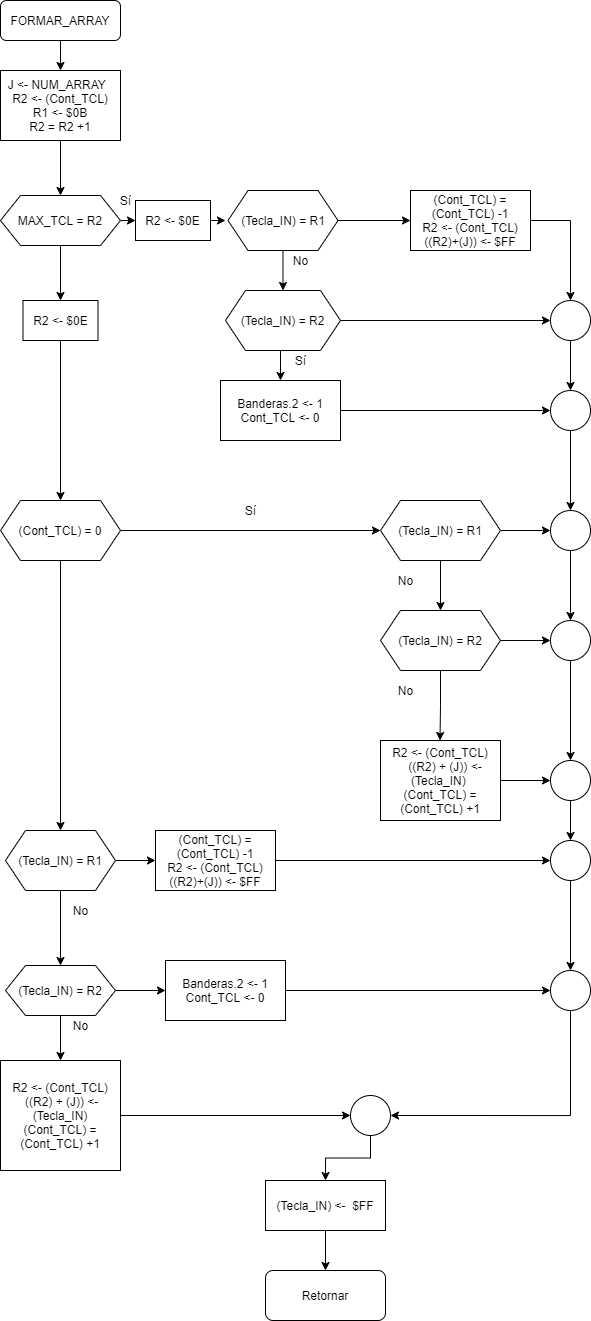
This is Tarea 4/Formar_Arrayn.png from robz25/Microprocesadores, a draw.io export, as it was before one commit. Source tidied: cells renumbered, new cells last; positions are measured from the earlier drawing's top-left corner, leaving out a move shared by most shapes. Source of this version:
```xml
<mxGraphModel>
  <root>
    <mxCell id="0" />
    <mxCell id="1" parent="0" />
    <mxCell id="2" style="edgeStyle=orthogonalEdgeStyle;rounded=0;jettySize=auto;html=1;exitX=0.5;exitY=1;exitDx=0;exitDy=0;entryX=0.5;entryY=0;entryDx=0;entryDy=0;" parent="1" edge="1" source="3" target="22">
      <mxGeometry relative="1" as="geometry" />
    </mxCell>
    <mxCell id="3" value="FORMAR_ARRAY" style="rounded=1;whiteSpace=wrap;html=1;fontSize=12;glass=0;strokeWidth=1;shadow=0;" parent="1" vertex="1">
      <mxGeometry width="120" height="40" as="geometry" />
    </mxCell>
    <mxCell id="4" style="edgeStyle=orthogonalEdgeStyle;rounded=0;jettySize=auto;html=1;exitX=1;exitY=0.5;exitDx=0;exitDy=0;entryX=0;entryY=0.5;entryDx=0;entryDy=0;" parent="1" edge="1" source="6" target="70">
      <mxGeometry relative="1" as="geometry" />
    </mxCell>
    <mxCell id="5" style="edgeStyle=orthogonalEdgeStyle;rounded=0;jettySize=auto;html=1;exitX=0.5;exitY=1;exitDx=0;exitDy=0;entryX=0.5;entryY=0;entryDx=0;entryDy=0;" parent="1" edge="1" source="6" target="72">
      <mxGeometry relative="1" as="geometry" />
    </mxCell>
    <mxCell id="6" value="MAX_TCL = R2" style="shape=hexagon;perimeter=hexagonPerimeter2;whiteSpace=wrap;html=1;fixedSize=1;" parent="1" vertex="1">
      <mxGeometry y="195" width="120" height="50" as="geometry" />
    </mxCell>
    <mxCell id="7" style="edgeStyle=orthogonalEdgeStyle;rounded=0;jettySize=auto;html=1;entryX=0.5;entryY=0;entryDx=0;entryDy=0;" parent="1" edge="1" source="9" target="15">
      <mxGeometry relative="1" as="geometry" />
    </mxCell>
    <mxCell id="8" style="edgeStyle=orthogonalEdgeStyle;rounded=0;jettySize=auto;html=1;exitX=1;exitY=0.5;exitDx=0;exitDy=0;entryX=0;entryY=0.5;entryDx=0;entryDy=0;" parent="1" edge="1" source="9" target="27">
      <mxGeometry relative="1" as="geometry" />
    </mxCell>
    <mxCell id="9" value="(Cont_TCL) = 0" style="shape=hexagon;perimeter=hexagonPerimeter2;whiteSpace=wrap;html=1;fixedSize=1;" parent="1" vertex="1">
      <mxGeometry y="500" width="120" height="60" as="geometry" />
    </mxCell>
    <mxCell id="10" style="edgeStyle=orthogonalEdgeStyle;rounded=0;jettySize=auto;html=1;exitX=0.5;exitY=1;exitDx=0;exitDy=0;entryX=0.5;entryY=0;entryDx=0;entryDy=0;" parent="1" edge="1" source="12" target="41">
      <mxGeometry relative="1" as="geometry" />
    </mxCell>
    <mxCell id="11" style="edgeStyle=orthogonalEdgeStyle;rounded=0;jettySize=auto;html=1;exitX=1;exitY=0.5;exitDx=0;exitDy=0;" parent="1" edge="1" source="12" target="46">
      <mxGeometry relative="1" as="geometry" />
    </mxCell>
    <mxCell id="12" value="(Tecla_IN) = R1" style="shape=hexagon;perimeter=hexagonPerimeter2;whiteSpace=wrap;html=1;fixedSize=1;" parent="1" vertex="1">
      <mxGeometry x="227.5" y="190" width="110" height="60" as="geometry" />
    </mxCell>
    <mxCell id="13" style="edgeStyle=orthogonalEdgeStyle;rounded=0;jettySize=auto;html=1;entryX=0.5;entryY=0;entryDx=0;entryDy=0;" parent="1" edge="1" source="15" target="18">
      <mxGeometry relative="1" as="geometry" />
    </mxCell>
    <mxCell id="14" style="edgeStyle=orthogonalEdgeStyle;rounded=0;jettySize=auto;html=1;entryX=0;entryY=0.5;entryDx=0;entryDy=0;" parent="1" edge="1" source="15" target="35">
      <mxGeometry relative="1" as="geometry" />
    </mxCell>
    <mxCell id="15" value="(Tecla_IN) = R1" style="shape=hexagon;perimeter=hexagonPerimeter2;whiteSpace=wrap;html=1;fixedSize=1;" parent="1" vertex="1">
      <mxGeometry x="5" y="830" width="110" height="60" as="geometry" />
    </mxCell>
    <mxCell id="16" style="edgeStyle=orthogonalEdgeStyle;rounded=0;jettySize=auto;html=1;exitX=0.5;exitY=1;exitDx=0;exitDy=0;entryX=0.5;entryY=0;entryDx=0;entryDy=0;" parent="1" edge="1" source="18" target="20">
      <mxGeometry relative="1" as="geometry" />
    </mxCell>
    <mxCell id="17" style="edgeStyle=orthogonalEdgeStyle;rounded=0;jettySize=auto;html=1;exitX=1;exitY=0.5;exitDx=0;exitDy=0;entryX=0;entryY=0.5;entryDx=0;entryDy=0;" parent="1" edge="1" source="18" target="37">
      <mxGeometry relative="1" as="geometry" />
    </mxCell>
    <mxCell id="18" value="(Tecla_IN) = R2" style="shape=hexagon;perimeter=hexagonPerimeter2;whiteSpace=wrap;html=1;fixedSize=1;" parent="1" vertex="1">
      <mxGeometry x="5" y="965" width="110" height="50" as="geometry" />
    </mxCell>
    <mxCell id="19" style="edgeStyle=orthogonalEdgeStyle;rounded=0;jettySize=auto;html=1;entryX=0;entryY=0.5;entryDx=0;entryDy=0;" parent="1" edge="1" source="20" target="65">
      <mxGeometry relative="1" as="geometry" />
    </mxCell>
    <mxCell id="20" value="&lt;br&gt;&lt;br&gt;R2 &amp;lt;- (Cont_TCL)&lt;br&gt;&amp;nbsp;((R2) + (J)) &amp;lt;- (Tecla_IN)&lt;br&gt;(Cont_TCL) = (Cont_TCL) +1&lt;br&gt;&lt;br&gt;&amp;nbsp;" style="rounded=0;whiteSpace=wrap;html=1;" parent="1" vertex="1">
      <mxGeometry y="1060" width="120" height="110" as="geometry" />
    </mxCell>
    <mxCell id="21" style="edgeStyle=orthogonalEdgeStyle;rounded=0;jettySize=auto;html=1;exitX=0.5;exitY=1;exitDx=0;exitDy=0;entryX=0.5;entryY=0;entryDx=0;entryDy=0;" parent="1" edge="1" source="22" target="6">
      <mxGeometry relative="1" as="geometry" />
    </mxCell>
    <mxCell id="22" value="J &amp;lt;- NUM_ARRAY&amp;nbsp;&amp;nbsp;&lt;br&gt;&amp;nbsp;R2 &amp;lt;- (Cont_TCL)&amp;nbsp;&lt;br&gt;R1 &amp;lt;- $0B&lt;br&gt;R2 = R2 +1" style="rounded=0;whiteSpace=wrap;html=1;" parent="1" vertex="1">
      <mxGeometry y="70" width="120" height="70" as="geometry" />
    </mxCell>
    <mxCell id="23" value="No" style="text;html=1;align=center;verticalAlign=middle;" parent="1" vertex="1">
      <mxGeometry x="65" y="1015" width="30" height="20" as="geometry" />
    </mxCell>
    <mxCell id="24" value="No" style="text;html=1;align=center;verticalAlign=middle;" parent="1" vertex="1">
      <mxGeometry x="65" y="900" width="30" height="20" as="geometry" />
    </mxCell>
    <mxCell id="25" style="edgeStyle=orthogonalEdgeStyle;rounded=0;jettySize=auto;html=1;exitX=0.5;exitY=1;exitDx=0;exitDy=0;entryX=0.5;entryY=0;entryDx=0;entryDy=0;" parent="1" edge="1" source="27" target="31">
      <mxGeometry relative="1" as="geometry" />
    </mxCell>
    <mxCell id="26" style="edgeStyle=orthogonalEdgeStyle;rounded=0;jettySize=auto;html=1;exitX=1;exitY=0.5;exitDx=0;exitDy=0;entryX=0;entryY=0.5;entryDx=0;entryDy=0;" parent="1" edge="1" source="27" target="53">
      <mxGeometry relative="1" as="geometry" />
    </mxCell>
    <mxCell id="27" value="(Tecla_IN) = R1" style="shape=hexagon;perimeter=hexagonPerimeter2;whiteSpace=wrap;html=1;fixedSize=1;" parent="1" vertex="1">
      <mxGeometry x="380" y="500" width="120" height="60" as="geometry" />
    </mxCell>
    <mxCell id="28" value="Sí" style="text;html=1;align=center;verticalAlign=middle;" parent="1" vertex="1">
      <mxGeometry x="235" y="500" width="30" height="20" as="geometry" />
    </mxCell>
    <mxCell id="29" style="edgeStyle=orthogonalEdgeStyle;rounded=0;jettySize=auto;html=1;exitX=0.5;exitY=1;exitDx=0;exitDy=0;entryX=0.5;entryY=0;entryDx=0;entryDy=0;" parent="1" edge="1" source="31">
      <mxGeometry relative="1" as="geometry">
        <mxPoint x="439.5" y="740" as="targetPoint" />
      </mxGeometry>
    </mxCell>
    <mxCell id="30" style="edgeStyle=orthogonalEdgeStyle;rounded=0;jettySize=auto;html=1;exitX=1;exitY=0.5;exitDx=0;exitDy=0;" parent="1" edge="1" source="31" target="55">
      <mxGeometry relative="1" as="geometry" />
    </mxCell>
    <mxCell id="31" value="&lt;span&gt;(Tecla_IN) = R2&lt;/span&gt;" style="shape=hexagon;perimeter=hexagonPerimeter2;whiteSpace=wrap;html=1;fixedSize=1;" parent="1" vertex="1">
      <mxGeometry x="380" y="610" width="120" height="60" as="geometry" />
    </mxCell>
    <mxCell id="32" value="No" style="text;html=1;align=center;verticalAlign=middle;" parent="1" vertex="1">
      <mxGeometry x="390" y="570" width="30" height="20" as="geometry" />
    </mxCell>
    <mxCell id="33" value="No" style="text;html=1;align=center;verticalAlign=middle;" parent="1" vertex="1">
      <mxGeometry x="390" y="680" width="30" height="20" as="geometry" />
    </mxCell>
    <mxCell id="34" style="edgeStyle=orthogonalEdgeStyle;rounded=0;jettySize=auto;html=1;entryX=0;entryY=0.5;entryDx=0;entryDy=0;" parent="1" edge="1" source="35" target="61">
      <mxGeometry relative="1" as="geometry" />
    </mxCell>
    <mxCell id="35" value="(Cont_TCL) = (Cont_TCL) -1&lt;br&gt;R2 &amp;lt;- (Cont_TCL)&lt;br&gt;((R2)+(J)) &amp;lt;- $FF" style="rounded=0;whiteSpace=wrap;html=1;" parent="1" vertex="1">
      <mxGeometry x="155" y="830" width="120" height="60" as="geometry" />
    </mxCell>
    <mxCell id="36" style="edgeStyle=orthogonalEdgeStyle;rounded=0;jettySize=auto;html=1;exitX=1;exitY=0.5;exitDx=0;exitDy=0;entryX=0;entryY=0.5;entryDx=0;entryDy=0;" parent="1" edge="1" source="37" target="63">
      <mxGeometry relative="1" as="geometry" />
    </mxCell>
    <mxCell id="37" value="Banderas.2 &amp;lt;- 1&lt;br&gt;Cont_TCL &amp;lt;- 0" style="rounded=0;whiteSpace=wrap;html=1;" parent="1" vertex="1">
      <mxGeometry x="165" y="960" width="120" height="60" as="geometry" />
    </mxCell>
    <mxCell id="38" value="Sí" style="text;html=1;align=center;verticalAlign=middle;" parent="1" vertex="1">
      <mxGeometry x="110" y="190" width="30" height="20" as="geometry" />
    </mxCell>
    <mxCell id="39" style="edgeStyle=orthogonalEdgeStyle;rounded=0;jettySize=auto;html=1;exitX=0.5;exitY=1;exitDx=0;exitDy=0;entryX=0.5;entryY=0;entryDx=0;entryDy=0;" parent="1" edge="1" source="41" target="44">
      <mxGeometry relative="1" as="geometry" />
    </mxCell>
    <mxCell id="40" style="edgeStyle=orthogonalEdgeStyle;rounded=0;jettySize=auto;html=1;exitX=1;exitY=0.5;exitDx=0;exitDy=0;entryX=0;entryY=0.5;entryDx=0;entryDy=0;" parent="1" edge="1" source="41" target="48">
      <mxGeometry relative="1" as="geometry" />
    </mxCell>
    <mxCell id="41" value="(Tecla_IN) = R2" style="shape=hexagon;perimeter=hexagonPerimeter2;whiteSpace=wrap;html=1;fixedSize=1;" parent="1" vertex="1">
      <mxGeometry x="225" y="290" width="115" height="60" as="geometry" />
    </mxCell>
    <mxCell id="42" value="No" style="text;html=1;align=center;verticalAlign=middle;" parent="1" vertex="1">
      <mxGeometry x="285" y="250" width="30" height="20" as="geometry" />
    </mxCell>
    <mxCell id="43" style="edgeStyle=orthogonalEdgeStyle;rounded=0;jettySize=auto;html=1;" parent="1" edge="1" source="44" target="51">
      <mxGeometry relative="1" as="geometry" />
    </mxCell>
    <mxCell id="44" value="Banderas.2 &amp;lt;- 1&lt;br&gt;Cont_TCL &amp;lt;- 0" style="rounded=0;whiteSpace=wrap;html=1;" parent="1" vertex="1">
      <mxGeometry x="220" y="380" width="120" height="60" as="geometry" />
    </mxCell>
    <mxCell id="45" style="edgeStyle=orthogonalEdgeStyle;rounded=0;jettySize=auto;html=1;entryX=0.5;entryY=0;entryDx=0;entryDy=0;" parent="1" edge="1" source="46" target="48">
      <mxGeometry relative="1" as="geometry" />
    </mxCell>
    <mxCell id="46" value="(Cont_TCL) = (Cont_TCL) -1&lt;br&gt;R2 &amp;lt;- (Cont_TCL)&lt;br&gt;((R2)+(J)) &amp;lt;- $FF" style="rounded=0;whiteSpace=wrap;html=1;" parent="1" vertex="1">
      <mxGeometry x="410" y="190" width="120" height="60" as="geometry" />
    </mxCell>
    <mxCell id="47" style="edgeStyle=orthogonalEdgeStyle;rounded=0;jettySize=auto;html=1;exitX=0.5;exitY=1;exitDx=0;exitDy=0;entryX=0.5;entryY=0;entryDx=0;entryDy=0;" parent="1" edge="1" source="48" target="51">
      <mxGeometry relative="1" as="geometry" />
    </mxCell>
    <mxCell id="48" style="ellipse;whiteSpace=wrap;html=1;" parent="1" vertex="1">
      <mxGeometry x="550" y="300" width="40" height="40" as="geometry" />
    </mxCell>
    <mxCell id="49" value="Sí" style="text;html=1;align=center;verticalAlign=middle;" parent="1" vertex="1">
      <mxGeometry x="285" y="350" width="30" height="20" as="geometry" />
    </mxCell>
    <mxCell id="50" style="edgeStyle=orthogonalEdgeStyle;rounded=0;jettySize=auto;html=1;exitX=0.5;exitY=1;exitDx=0;exitDy=0;entryX=0.5;entryY=0;entryDx=0;entryDy=0;" parent="1" edge="1" source="51" target="53">
      <mxGeometry relative="1" as="geometry" />
    </mxCell>
    <mxCell id="51" style="ellipse;whiteSpace=wrap;html=1;" parent="1" vertex="1">
      <mxGeometry x="550" y="390" width="40" height="40" as="geometry" />
    </mxCell>
    <mxCell id="52" style="edgeStyle=orthogonalEdgeStyle;rounded=0;jettySize=auto;html=1;exitX=0.5;exitY=1;exitDx=0;exitDy=0;entryX=0.5;entryY=0;entryDx=0;entryDy=0;" parent="1" edge="1" source="53" target="55">
      <mxGeometry relative="1" as="geometry" />
    </mxCell>
    <mxCell id="53" style="ellipse;whiteSpace=wrap;html=1;" parent="1" vertex="1">
      <mxGeometry x="550" y="510" width="40" height="40" as="geometry" />
    </mxCell>
    <mxCell id="54" style="edgeStyle=orthogonalEdgeStyle;rounded=0;jettySize=auto;html=1;" parent="1" edge="1" source="55" target="57">
      <mxGeometry relative="1" as="geometry" />
    </mxCell>
    <mxCell id="55" style="ellipse;whiteSpace=wrap;html=1;" parent="1" vertex="1">
      <mxGeometry x="550" y="620" width="40" height="40" as="geometry" />
    </mxCell>
    <mxCell id="56" style="edgeStyle=orthogonalEdgeStyle;rounded=0;jettySize=auto;html=1;exitX=0.5;exitY=1;exitDx=0;exitDy=0;entryX=0.5;entryY=0;entryDx=0;entryDy=0;" parent="1" edge="1" source="57" target="61">
      <mxGeometry relative="1" as="geometry" />
    </mxCell>
    <mxCell id="57" style="ellipse;whiteSpace=wrap;html=1;" parent="1" vertex="1">
      <mxGeometry x="550" y="760" width="40" height="40" as="geometry" />
    </mxCell>
    <mxCell id="58" style="edgeStyle=orthogonalEdgeStyle;rounded=0;jettySize=auto;html=1;exitX=1;exitY=0.5;exitDx=0;exitDy=0;entryX=0;entryY=0.5;entryDx=0;entryDy=0;" parent="1" edge="1" source="59" target="57">
      <mxGeometry relative="1" as="geometry" />
    </mxCell>
    <mxCell id="59" value="&lt;br&gt;&lt;br&gt;R2 &amp;lt;- (Cont_TCL)&lt;br&gt;&amp;nbsp; &amp;nbsp;((R2) + (J)) &amp;lt;- (Tecla_IN)&amp;nbsp;&lt;br&gt;(Cont_TCL) = (Cont_TCL) +1&lt;br&gt;&lt;br&gt;&amp;nbsp;" style="rounded=0;whiteSpace=wrap;html=1;" parent="1" vertex="1">
      <mxGeometry x="380" y="740" width="120" height="80" as="geometry" />
    </mxCell>
    <mxCell id="60" style="edgeStyle=orthogonalEdgeStyle;rounded=0;jettySize=auto;html=1;exitX=0.5;exitY=1;exitDx=0;exitDy=0;entryX=0.5;entryY=0;entryDx=0;entryDy=0;" parent="1" edge="1" source="61" target="63">
      <mxGeometry relative="1" as="geometry" />
    </mxCell>
    <mxCell id="61" style="ellipse;whiteSpace=wrap;html=1;" parent="1" vertex="1">
      <mxGeometry x="550" y="840" width="40" height="40" as="geometry" />
    </mxCell>
    <mxCell id="62" style="edgeStyle=orthogonalEdgeStyle;rounded=0;jettySize=auto;html=1;exitX=0.5;exitY=1;exitDx=0;exitDy=0;entryX=1;entryY=0.5;entryDx=0;entryDy=0;" parent="1" edge="1" source="63" target="65">
      <mxGeometry relative="1" as="geometry" />
    </mxCell>
    <mxCell id="63" style="ellipse;whiteSpace=wrap;html=1;" parent="1" vertex="1">
      <mxGeometry x="550" y="970" width="40" height="40" as="geometry" />
    </mxCell>
    <mxCell id="64" style="edgeStyle=orthogonalEdgeStyle;rounded=0;jettySize=auto;html=1;exitX=0.5;exitY=1;exitDx=0;exitDy=0;entryX=0.5;entryY=0;entryDx=0;entryDy=0;" parent="1" edge="1" source="65" target="67">
      <mxGeometry relative="1" as="geometry" />
    </mxCell>
    <mxCell id="65" style="ellipse;whiteSpace=wrap;html=1;" parent="1" vertex="1">
      <mxGeometry x="350" y="1095" width="40" height="40" as="geometry" />
    </mxCell>
    <mxCell id="66" style="edgeStyle=orthogonalEdgeStyle;rounded=0;jettySize=auto;html=1;exitX=0.5;exitY=1;exitDx=0;exitDy=0;entryX=0.5;entryY=0;entryDx=0;entryDy=0;" parent="1" edge="1" source="67" target="68">
      <mxGeometry relative="1" as="geometry" />
    </mxCell>
    <mxCell id="67" value="(Tecla_IN) &amp;lt;-&amp;nbsp; $FF" style="rounded=0;whiteSpace=wrap;html=1;" parent="1" vertex="1">
      <mxGeometry x="265" y="1180" width="120" height="50" as="geometry" />
    </mxCell>
    <mxCell id="68" value="Retornar" style="rounded=1;whiteSpace=wrap;html=1;" parent="1" vertex="1">
      <mxGeometry x="265" y="1270" width="120" height="50" as="geometry" />
    </mxCell>
    <mxCell id="69" style="edgeStyle=orthogonalEdgeStyle;rounded=0;jettySize=auto;html=1;exitX=1;exitY=0.5;exitDx=0;exitDy=0;" parent="1" edge="1" source="70">
      <mxGeometry relative="1" as="geometry">
        <mxPoint x="225" y="220" as="targetPoint" />
      </mxGeometry>
    </mxCell>
    <mxCell id="70" value="R2 &amp;lt;- $0E" style="rounded=0;whiteSpace=wrap;html=1;" parent="1" vertex="1">
      <mxGeometry x="135" y="200" width="75" height="40" as="geometry" />
    </mxCell>
    <mxCell id="71" style="edgeStyle=orthogonalEdgeStyle;rounded=0;jettySize=auto;html=1;entryX=0.5;entryY=0;entryDx=0;entryDy=0;" parent="1" edge="1" source="72" target="9">
      <mxGeometry relative="1" as="geometry" />
    </mxCell>
    <mxCell id="72" value="R2 &amp;lt;- $0E" style="rounded=0;whiteSpace=wrap;html=1;" parent="1" vertex="1">
      <mxGeometry x="22.5" y="300" width="75" height="40" as="geometry" />
    </mxCell>
  </root>
</mxGraphModel>
```
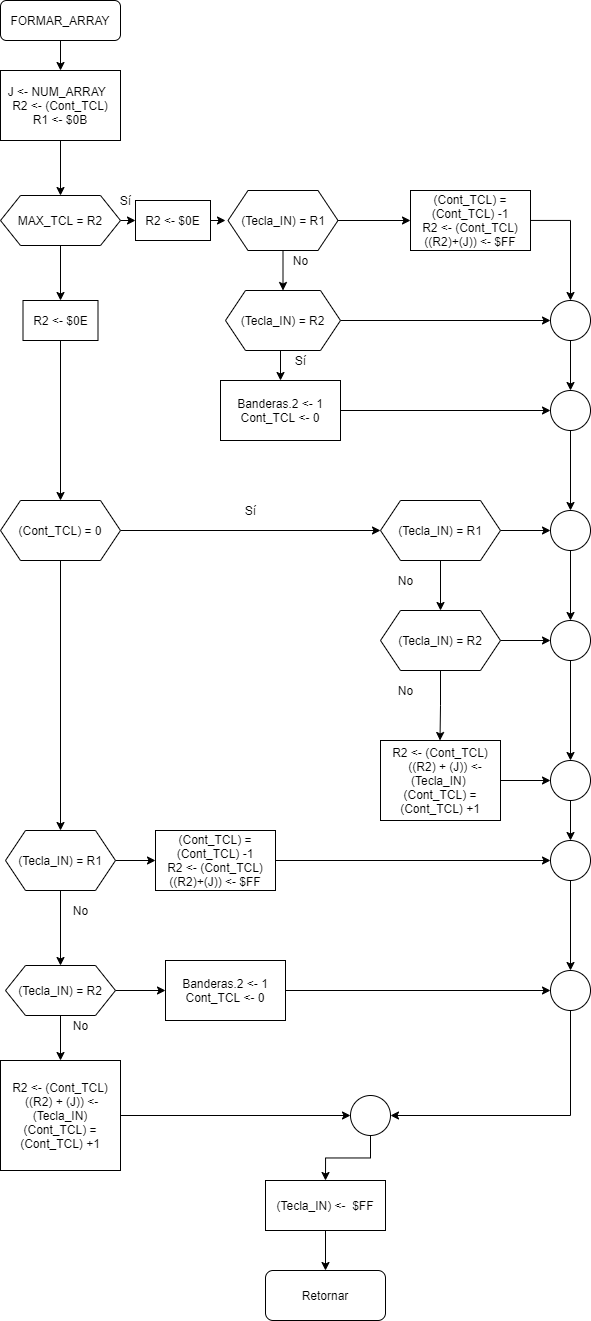
After the commit.

The edit, as a diff of the source:
```diff
@@ -62,7 +62,7 @@
     <mxCell id="21" style="edgeStyle=orthogonalEdgeStyle;rounded=0;jettySize=auto;html=1;exitX=0.5;exitY=1;exitDx=0;exitDy=0;entryX=0.5;entryY=0;entryDx=0;entryDy=0;" parent="1" edge="1" source="22" target="6">
       <mxGeometry relative="1" as="geometry" />
     </mxCell>
-    <mxCell id="22" value="J &amp;lt;- NUM_ARRAY&amp;nbsp;&amp;nbsp;&lt;br&gt;&amp;nbsp;R2 &amp;lt;- (Cont_TCL)&amp;nbsp;&lt;br&gt;R1 &amp;lt;- $0B&lt;br&gt;R2 = R2 +1" style="rounded=0;whiteSpace=wrap;html=1;" parent="1" vertex="1">
+    <mxCell id="22" value="J &amp;lt;- NUM_ARRAY&amp;nbsp;&amp;nbsp;&lt;br&gt;&amp;nbsp;R2 &amp;lt;- (Cont_TCL)&amp;nbsp;&lt;br&gt;R1 &amp;lt;- $0B" style="rounded=0;whiteSpace=wrap;html=1;" parent="1" vertex="1">
       <mxGeometry y="70" width="120" height="70" as="geometry" />
     </mxCell>
     <mxCell id="23" value="No" style="text;html=1;align=center;verticalAlign=middle;" parent="1" vertex="1">
```
